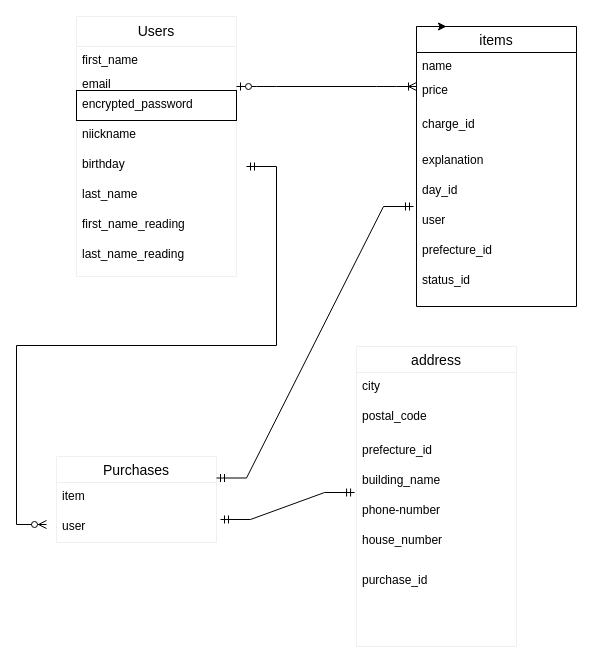
This is test.dio from 1090dopl/furima-37280, a draw.io file, before an edit. Source tidied: cells renumbered, new cells numbered last; positions are measured from the earlier drawing's top-left corner, leaving out a move shared by most shapes. Both pictures are drawn from the tidied source at 100%, with x=0, y=0 at pixel (46, 16).
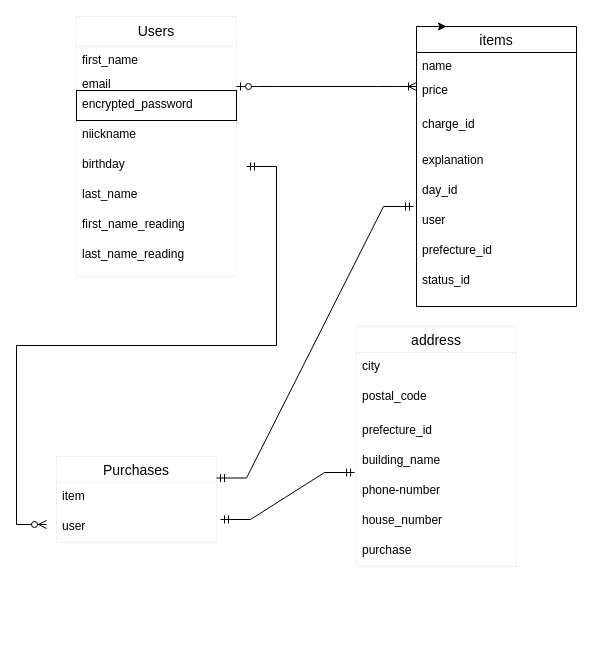
Above is the later version.

Change to the diagram source:
```diff
@@
     <mxCell id="5" value="address" style="swimlane;fontStyle=0;horizontal=1;startSize=26;align=center;fontSize=14;strokeColor=#F0F0F0;strokeWidth=1;fillColor=none;" parent="1" vertex="1">
-      <mxGeometry x="310" y="330" width="160" height="300" as="geometry" />
+      <mxGeometry x="310" y="310" width="160" height="240" as="geometry" />
     </mxCell>
@@
     <mxCell id="11" value="house_number" style="text;strokeColor=none;fillColor=none;spacingLeft=4;spacingRight=4;overflow=hidden;fontSize=12;" parent="5" vertex="1">
-      <mxGeometry y="180" width="160" height="40" as="geometry" />
+      <mxGeometry y="180" width="160" height="30" as="geometry" />
     </mxCell>
-    <mxCell id="12" value="purchase_id" style="text;strokeColor=none;fillColor=none;spacingLeft=4;spacingRight=4;overflow=hidden;fontSize=12;labelBackgroundColor=default;" parent="5" vertex="1">
-      <mxGeometry y="220" width="160" height="80" as="geometry" />
+    <mxCell id="12" value="purchase" style="text;strokeColor=none;fillColor=none;spacingLeft=4;spacingRight=4;overflow=hidden;fontSize=12;labelBackgroundColor=default;" parent="5" vertex="1">
+      <mxGeometry y="210" width="160" height="30" as="geometry" />
     </mxCell>
```
